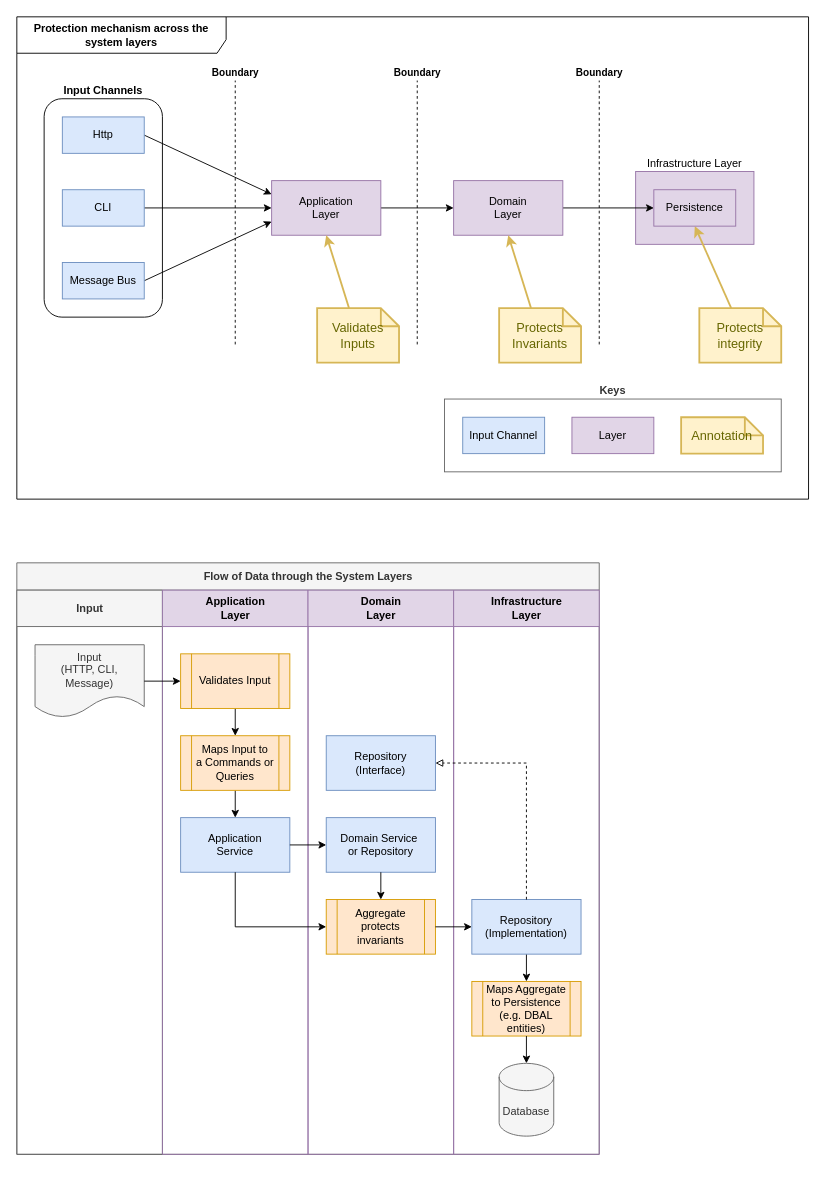
Before: assets/diagrams/Validation-Through-the-Layers.drawio in floriankraemer/floriankraemer.github.io, a draw.io diagram. Source tidied: cells renumbered, new cells numbered last; positions are measured from the earlier drawing's top-left corner, leaving out a move shared by most shapes. Both pictures are drawn from the tidied source at 91%, with x=0, y=0 at pixel (16, 16).
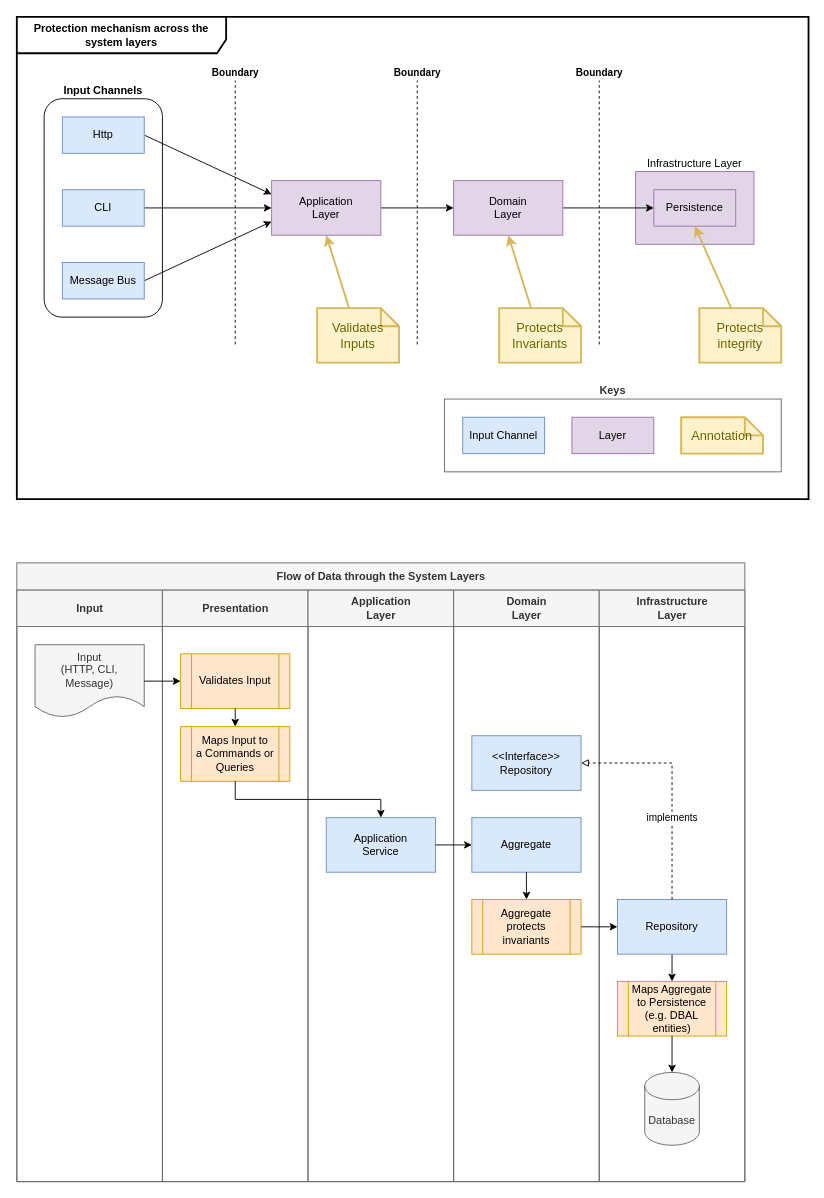
Above is the later version.

Unchanged cells that the change refers to:
```xml
<mxCell id="38" value="Application&lt;br&gt;Service" style="rounded=0;whiteSpace=wrap;html=1;fillColor=#dae8fc;strokeColor=#6c8ebf;" parent="31" vertex="1">
  <mxGeometry x="20" y="250" width="120" height="60" as="geometry" />
</mxCell>
<mxCell id="43" value="Aggregate&lt;br&gt;protects invariants" style="shape=process;whiteSpace=wrap;html=1;backgroundOutline=1;fillColor=#ffe6cc;strokeColor=#d79b00;" parent="42" vertex="1">
  <mxGeometry x="-140" y="340" width="120" height="60" as="geometry" />
</mxCell>
```

Change to the diagram source:
```diff
@@
-    <mxCell id="28" value="Protection mechanism across the system layers" style="shape=umlFrame;whiteSpace=wrap;html=1;width=230;height=40;fontStyle=1;" parent="1" vertex="1">
+    <mxCell id="28" value="Protection mechanism across the system layers" style="shape=umlFrame;whiteSpace=wrap;html=1;width=230;height=40;fontStyle=1;strokeWidth=2;" parent="1" vertex="1">
       <mxGeometry width="870" height="530" as="geometry" />
     </mxCell>
     <mxCell id="29" value="Flow of Data through the System Layers" style="swimlane;startSize=30;html=1;fillColor=#f5f5f5;fontColor=#333333;strokeColor=#666666;" parent="1" vertex="1">
-      <mxGeometry y="600" width="640" height="650" as="geometry" />
+      <mxGeometry y="600" width="800" height="680" as="geometry" />
     </mxCell>
+    <mxCell id="54" value="Input" style="swimlane;startSize=40;html=1;fillColor=#f5f5f5;fontColor=#333333;strokeColor=#666666;" parent="29" vertex="1">
+      <mxGeometry y="30" width="160" height="650" as="geometry" />
+    </mxCell>
+    <mxCell id="34" value="Input&lt;br&gt;(HTTP, CLI, Message)" style="shape=document;whiteSpace=wrap;html=1;boundedLbl=1;fillColor=#f5f5f5;fontColor=#333333;strokeColor=#666666;" parent="54" vertex="1">
+      <mxGeometry x="20" y="60" width="120" height="80" as="geometry" />
+    </mxCell>
-    <mxCell id="30" value="Input" style="swimlane;startSize=40;html=1;fillColor=#f5f5f5;fontColor=#333333;strokeColor=#666666;" parent="29" vertex="1">
-      <mxGeometry y="30" width="160" height="620" as="geometry" />
+    <mxCell id="30" value="Presentation" style="swimlane;startSize=40;html=1;fillColor=#f5f5f5;strokeColor=#666666;fontColor=#333333;" parent="29" vertex="1">
+      <mxGeometry x="160" y="30" width="160" height="650" as="geometry" />
     </mxCell>
+    <mxCell id="33" value="Validates Input" style="shape=process;whiteSpace=wrap;html=1;backgroundOutline=1;fillColor=#ffe6cc;strokeColor=#d79b00;" parent="30" vertex="1">
+      <mxGeometry x="20" y="70" width="120" height="60" as="geometry" />
+    </mxCell>
+    <mxCell id="37" value="Maps Input to&lt;br style=&quot;border-color: var(--border-color);&quot;&gt;a Commands or&lt;br&gt;Queries" style="shape=process;whiteSpace=wrap;html=1;backgroundOutline=1;fillColor=#ffe6cc;strokeColor=#d79b00;" parent="30" vertex="1">
+      <mxGeometry x="20" y="150" width="120" height="60" as="geometry" />
+    </mxCell>
+    <mxCell id="32" style="edgeStyle=orthogonalEdgeStyle;rounded=0;jettySize=auto;html=1;exitX=0.5;exitY=1;exitDx=0;exitDy=0;entryX=0.5;entryY=0;entryDx=0;entryDy=0;" parent="30" edge="1" source="33" target="37">
+      <mxGeometry relative="1" as="geometry" />
+    </mxCell>
-    <mxCell id="31" value="Application&lt;br&gt;Layer" style="swimlane;startSize=40;html=1;fillColor=#e1d5e7;strokeColor=#9673a6;" parent="29" vertex="1">
-      <mxGeometry x="160" y="30" width="160" height="620" as="geometry" />
+    <mxCell id="31" value="Application&lt;br&gt;Layer" style="swimlane;startSize=40;html=1;fillColor=#f5f5f5;strokeColor=#666666;fontColor=#333333;" parent="29" vertex="1">
+      <mxGeometry x="320" y="30" width="160" height="650" as="geometry" />
     </mxCell>
-    <mxCell id="32" style="edgeStyle=orthogonalEdgeStyle;rounded=0;jettySize=auto;html=1;exitX=0.5;exitY=1;exitDx=0;exitDy=0;entryX=0.5;entryY=0;entryDx=0;entryDy=0;" parent="31" edge="1" source="33" target="37">
-      <mxGeometry relative="1" as="geometry" />
-    </mxCell>
-    <mxCell id="33" value="Validates Input" style="shape=process;whiteSpace=wrap;html=1;backgroundOutline=1;fillColor=#ffe6cc;strokeColor=#d79b00;" parent="31" vertex="1">
-      <mxGeometry x="20" y="70" width="120" height="60" as="geometry" />
-    </mxCell>
-    <mxCell id="34" value="Input&lt;br&gt;(HTTP, CLI, Message)" style="shape=document;whiteSpace=wrap;html=1;boundedLbl=1;fillColor=#f5f5f5;fontColor=#333333;strokeColor=#666666;" parent="31" vertex="1">
-      <mxGeometry x="-140" y="60" width="120" height="80" as="geometry" />
-    </mxCell>
-    <mxCell id="35" style="edgeStyle=orthogonalEdgeStyle;rounded=0;jettySize=auto;html=1;exitX=1;exitY=0.5;exitDx=0;exitDy=0;entryX=0;entryY=0.5;entryDx=0;entryDy=0;" parent="31" edge="1" source="34" target="33">
-      <mxGeometry relative="1" as="geometry" />
-    </mxCell>
-    <mxCell id="36" style="edgeStyle=orthogonalEdgeStyle;rounded=0;jettySize=auto;html=1;exitX=0.5;exitY=1;exitDx=0;exitDy=0;entryX=0.5;entryY=0;entryDx=0;entryDy=0;" parent="31" edge="1" source="37" target="38">
-      <mxGeometry relative="1" as="geometry" />
-    </mxCell>
-    <mxCell id="37" value="Maps Input to&lt;br style=&quot;border-color: var(--border-color);&quot;&gt;a Commands or&lt;br&gt;Queries" style="shape=process;whiteSpace=wrap;html=1;backgroundOutline=1;fillColor=#ffe6cc;strokeColor=#d79b00;" parent="31" vertex="1">
-      <mxGeometry x="20" y="160" width="120" height="60" as="geometry" />
-    </mxCell>
@@
-    <mxCell id="39" value="Domain &lt;br&gt;Layer" style="swimlane;startSize=40;html=1;fillColor=#e1d5e7;strokeColor=#9673a6;" parent="29" vertex="1">
-      <mxGeometry x="320" y="30" width="160" height="620" as="geometry" />
+    <mxCell id="39" value="Domain &lt;br&gt;Layer" style="swimlane;startSize=40;html=1;fillColor=#f5f5f5;strokeColor=#666666;fontColor=#333333;" parent="29" vertex="1">
+      <mxGeometry x="480" y="30" width="160" height="650" as="geometry" />
     </mxCell>
-    <mxCell id="40" value="Domain Service&amp;nbsp;&lt;br style=&quot;border-color: var(--border-color);&quot;&gt;or Repository" style="rounded=0;whiteSpace=wrap;html=1;fillColor=#dae8fc;strokeColor=#6c8ebf;" parent="39" vertex="1">
+    <mxCell id="40" value="Aggregate" style="rounded=0;whiteSpace=wrap;html=1;fillColor=#dae8fc;strokeColor=#6c8ebf;" parent="39" vertex="1">
       <mxGeometry x="20" y="250" width="120" height="60" as="geometry" />
     </mxCell>
-    <mxCell id="41" value="Repository&lt;br&gt;(Interface)" style="rounded=0;whiteSpace=wrap;html=1;fillColor=#dae8fc;strokeColor=#6c8ebf;" parent="39" vertex="1">
+    <mxCell id="41" value="&amp;lt;&amp;lt;Interface&amp;gt;&amp;gt;&lt;br&gt;Repository" style="rounded=0;whiteSpace=wrap;html=1;fillColor=#dae8fc;strokeColor=#6c8ebf;" parent="39" vertex="1">
       <mxGeometry x="20" y="160" width="120" height="60" as="geometry" />
     </mxCell>
-    <mxCell id="42" value="Infrastructure&lt;br&gt;Layer" style="swimlane;startSize=40;html=1;fillColor=#e1d5e7;strokeColor=#9673a6;" parent="29" vertex="1">
-      <mxGeometry x="480" y="30" width="160" height="620" as="geometry" />
+    <mxCell id="42" value="Infrastructure&lt;br&gt;Layer" style="swimlane;startSize=40;html=1;fillColor=#f5f5f5;strokeColor=#666666;fontColor=#333333;" parent="29" vertex="1">
+      <mxGeometry x="640" y="30" width="160" height="650" as="geometry" />
     </mxCell>
@@
-    <mxCell id="47" value="Repository&lt;br&gt;(Implementation)" style="rounded=0;whiteSpace=wrap;html=1;fillColor=#dae8fc;strokeColor=#6c8ebf;" parent="42" vertex="1">
+    <mxCell id="47" value="Repository" style="rounded=0;whiteSpace=wrap;html=1;fillColor=#dae8fc;strokeColor=#6c8ebf;" parent="42" vertex="1">
       <mxGeometry x="20" y="340" width="120" height="60" as="geometry" />
     </mxCell>
@@
     <mxCell id="49" value="Database" style="shape=cylinder3;whiteSpace=wrap;html=1;boundedLbl=1;backgroundOutline=1;size=15;fillColor=#f5f5f5;fontColor=#333333;strokeColor=#666666;" parent="42" vertex="1">
-      <mxGeometry x="50" y="520" width="60" height="80" as="geometry" />
+      <mxGeometry x="50" y="530" width="60" height="80" as="geometry" />
     </mxCell>
-    <mxCell id="50" style="edgeStyle=orthogonalEdgeStyle;rounded=0;jettySize=auto;html=1;exitX=0.5;exitY=1;exitDx=0;exitDy=0;entryX=0;entryY=0.5;entryDx=0;entryDy=0;" parent="29" edge="1" source="38" target="43">
-      <mxGeometry relative="1" as="geometry" />
-    </mxCell>
@@
-    <mxCell id="53" style="edgeStyle=orthogonalEdgeStyle;rounded=0;jettySize=auto;html=1;exitX=0.5;exitY=0;exitDx=0;exitDy=0;entryX=1;entryY=0.5;entryDx=0;entryDy=0;endArrow=block;endFill=0;dashed=1;" parent="29" edge="1" source="47" target="41">
-      <mxGeometry relative="1" as="geometry" />
+    <mxCell id="53" value="implements" style="edgeStyle=orthogonalEdgeStyle;rounded=0;jettySize=auto;html=1;exitX=0.5;exitY=0;exitDx=0;exitDy=0;entryX=1;entryY=0.5;entryDx=0;entryDy=0;endArrow=block;endFill=0;dashed=1;" parent="29" edge="1" source="47" target="41">
+      <mxGeometry x="-0.28" relative="1" as="geometry" />
     </mxCell>
+    <mxCell id="35" style="edgeStyle=orthogonalEdgeStyle;rounded=0;jettySize=auto;html=1;exitX=1;exitY=0.5;exitDx=0;exitDy=0;entryX=0;entryY=0.5;entryDx=0;entryDy=0;" parent="29" edge="1" source="34" target="33">
+      <mxGeometry relative="1" as="geometry" />
+    </mxCell>
+    <mxCell id="36" style="edgeStyle=orthogonalEdgeStyle;rounded=0;jettySize=auto;html=1;exitX=0.5;exitY=1;exitDx=0;exitDy=0;entryX=0.5;entryY=0;entryDx=0;entryDy=0;" parent="29" edge="1" source="37" target="38">
+      <mxGeometry relative="1" as="geometry" />
+    </mxCell>
```
